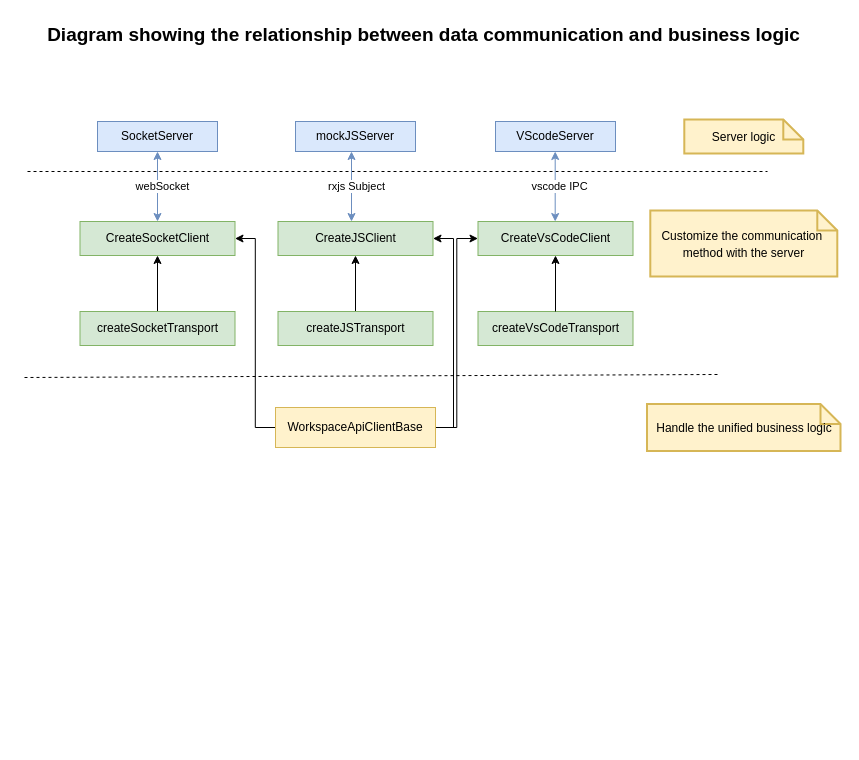
This is page "Page-2" (2 of 2) of Workspace.drawio from stone-lyl/assets, a draw.io file, before an edit. Source tidied: cells renumbered, new cells numbered last; positions are measured from the earlier drawing's top-left corner, leaving out a move shared by most shapes. Both pictures are drawn from the tidied source at 100%, with x=0, y=0 at pixel (24, 17).
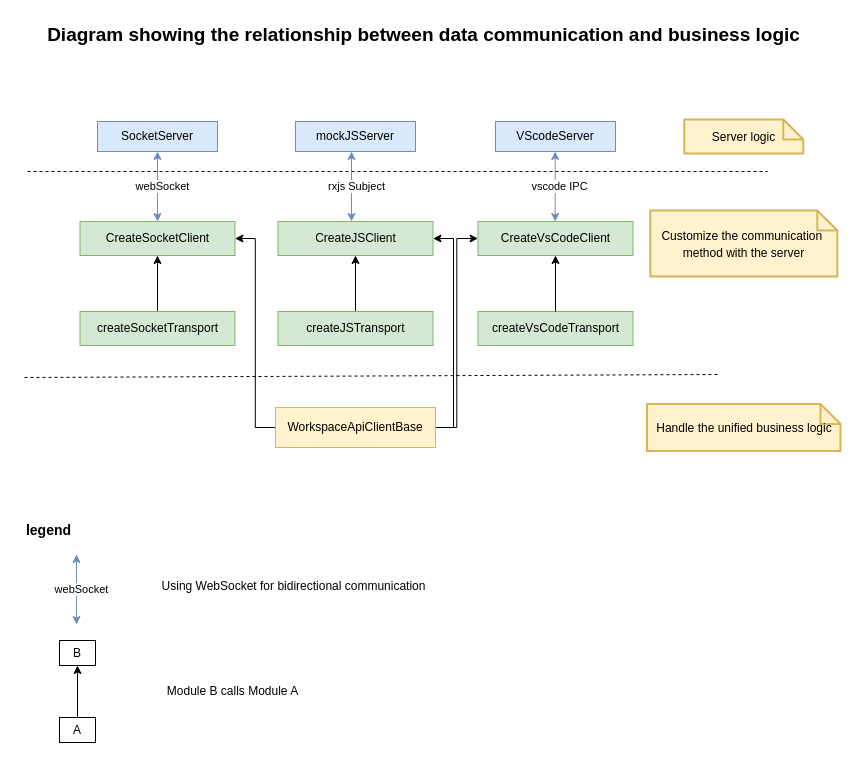
The same diagram, later.

What changed in the source:
```diff
@@
+    <mxCell id="30" style="endArrow=classic;startArrow=classic;html=1;rounded=0;entryX=0.5;entryY=1;entryDx=0;entryDy=0;exitX=0.5;exitY=0;exitDx=0;exitDy=0;fillColor=#dae8fc;strokeColor=#6c8ebf;" parent="1" edge="1">
+      <mxGeometry relative="1" as="geometry">
+        <mxPoint x="52" y="607" as="sourcePoint" />
+        <mxPoint x="52" y="537" as="targetPoint" />
+      </mxGeometry>
+    </mxCell>
+    <mxCell id="31" value="webSocket" style="edgeLabel;html=1;align=center;verticalAlign=middle;" parent="30" vertex="1">
+      <mxGeometry x="0.03" y="-4" relative="1" as="geometry" />
+    </mxCell>
+    <mxCell id="32" style="endArrow=classic;html=1;rounded=0;" parent="1" edge="1">
+      <mxGeometry relative="1" as="geometry">
+        <mxPoint x="53" y="700" as="sourcePoint" />
+        <mxPoint x="53" y="648" as="targetPoint" />
+      </mxGeometry>
+    </mxCell>
+    <mxCell id="33" value="&lt;b&gt;&lt;font style=&quot;font-size: 14px;&quot;&gt;legend&lt;/font&gt;&lt;/b&gt;" style="text;html=1;align=center;verticalAlign=middle;strokeColor=none;fillColor=none;" parent="1" vertex="1">
+      <mxGeometry x="-7.5" y="498" width="63" height="29" as="geometry" />
+    </mxCell>
+    <mxCell id="34" value="&lt;div&gt;&lt;span style=&quot;font-size: 12px;&quot;&gt;Using WebSocket for bidirectional communication&lt;/span&gt;&lt;/div&gt;&lt;div&gt;&lt;br&gt;&lt;/div&gt;" style="text;html=1;align=center;verticalAlign=middle;strokeColor=none;fillColor=none;" parent="1" vertex="1">
+      <mxGeometry x="117" y="554" width="304" height="43" as="geometry" />
+    </mxCell>
+    <mxCell id="35" value="A" style="rounded=0;whiteSpace=wrap;html=1;" parent="1" vertex="1">
+      <mxGeometry x="35" y="700" width="36" height="25" as="geometry" />
+    </mxCell>
+    <mxCell id="36" value="B" style="rounded=0;whiteSpace=wrap;html=1;" parent="1" vertex="1">
+      <mxGeometry x="35" y="623" width="36" height="25" as="geometry" />
+    </mxCell>
+    <mxCell id="37" value="&lt;div&gt;&lt;span style=&quot;font-size: 12px;&quot;&gt;Module B calls Module A&lt;/span&gt;&lt;/div&gt;&lt;div&gt;&lt;br&gt;&lt;/div&gt;" style="text;html=1;align=center;verticalAlign=middle;strokeColor=none;fillColor=none;" parent="1" vertex="1">
+      <mxGeometry x="128" y="659" width="160" height="43" as="geometry" />
+    </mxCell>
```
